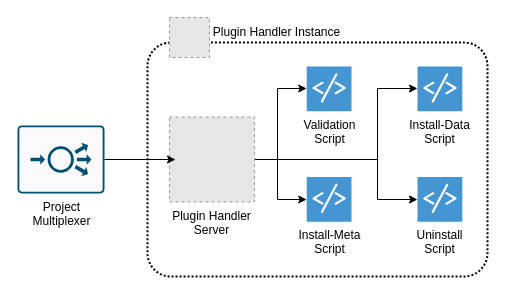
The draw.io diagram docs/diagrams/plugin-scripts-overall.drawio in VEuPathDB/vdi-plugin-handler-server, before the edit. Source tidied: cells renumbered, new cells numbered last; positions are measured from the earlier drawing's top-left corner, leaving out a move shared by most shapes. Both pictures are drawn from the tidied source at 100%, with x=0, y=0 at pixel (17, 17). Pictures stored in the file or linked from it are replaced by grey dashed boxes.
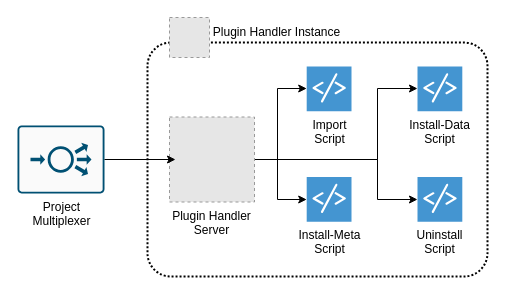
The same diagram, later.

The edit, as a diff of the source:
```diff
@@
-    <mxCell id="12" value="Validation&lt;br&gt;Script" style="shadow=0;dashed=0;html=1;strokeColor=none;fillColor=#4495D1;labelPosition=center;verticalLabelPosition=bottom;verticalAlign=top;align=center;outlineConnect=0;shape=mxgraph.veeam.script;" parent="1" vertex="1">
+    <mxCell id="12" value="Import&lt;br&gt;Script" style="shadow=0;dashed=0;html=1;strokeColor=none;fillColor=#4495D1;labelPosition=center;verticalLabelPosition=bottom;verticalAlign=top;align=center;outlineConnect=0;shape=mxgraph.veeam.script;" parent="1" vertex="1">
       <mxGeometry x="289.2" y="49" width="44.8" height="44.8" as="geometry" />
     </mxCell>
```
